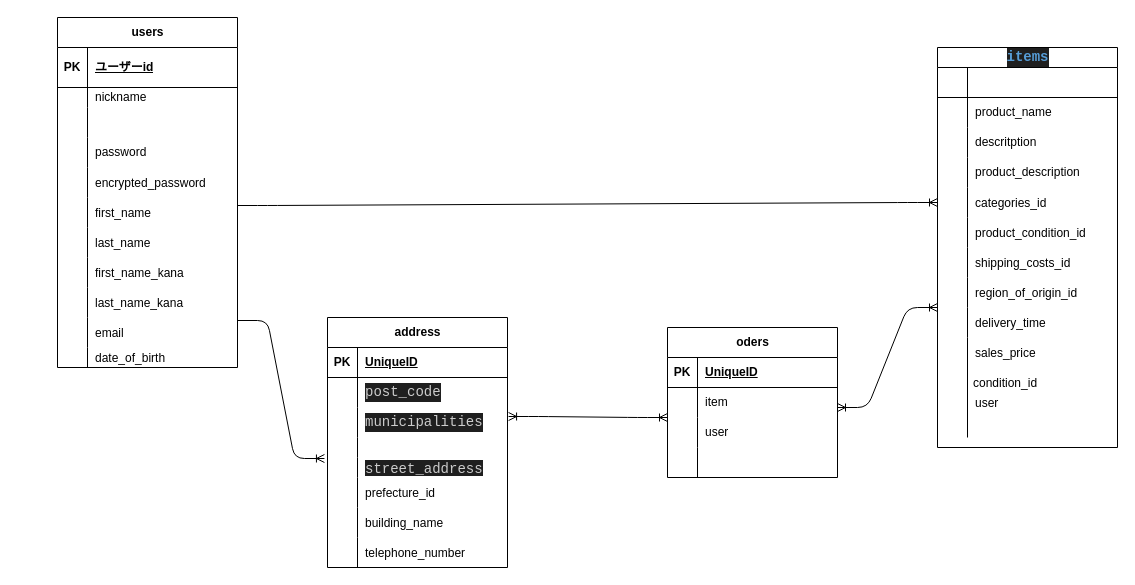
kueitosu401/furima-41964 keeps this draw.io diagram as ERB.dio. Above is the earlier version. Source tidied: cells renumbered, new cells numbered last; positions are measured from the earlier drawing's top-left corner, leaving out a move shared by most shapes. Both pictures are drawn from the tidied source at 100%, with x=0, y=0 at pixel (17, 17).
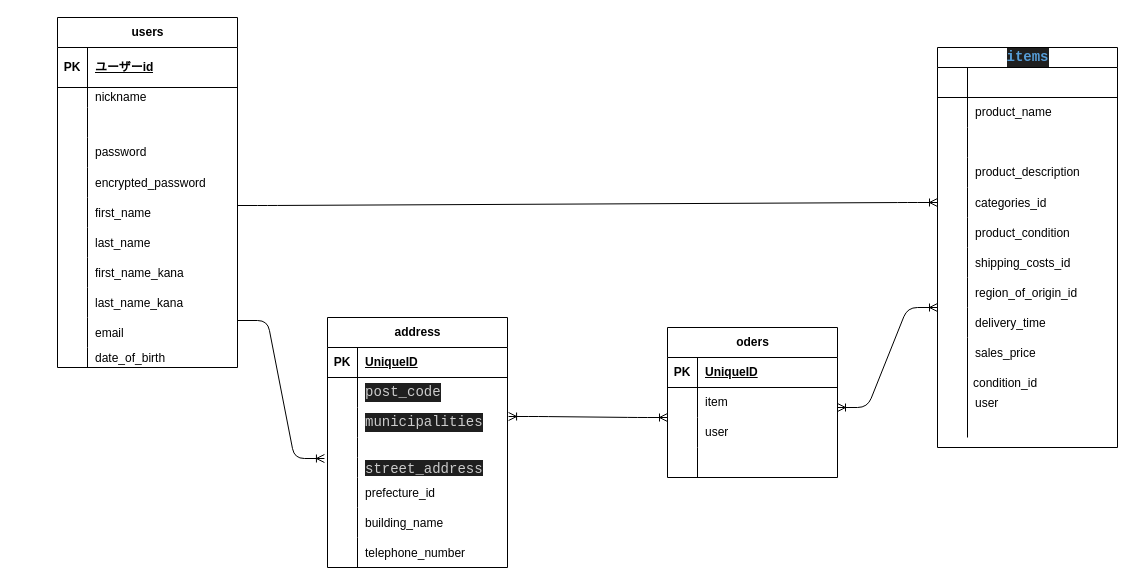
Above is the later version.

Unchanged cells that the change refers to:
```xml
<mxCell id="47" style="shape=tableRow;horizontal=0;startSize=0;swimlaneHead=0;swimlaneBody=0;fillColor=none;top=0;left=0;right=0;bottom=0;" parent="40" vertex="1">
  <mxGeometry y="80" width="180" height="30" as="geometry" />
</mxCell>
<mxCell id="56" style="shape=tableRow;horizontal=0;startSize=0;swimlaneHead=0;swimlaneBody=0;fillColor=none;top=0;left=0;right=0;bottom=0;" parent="40" vertex="1">
  <mxGeometry y="170" width="180" height="30" as="geometry" />
</mxCell>
```

The edit, as a diff of the source:
```diff
@@
-    <mxCell id="49" value="descritption" style="shape=partialRectangle;fillColor=none;top=0;left=0;bottom=0;right=0;align=left;spacingLeft=6;overflow=hidden;whiteSpace=wrap;html=1;" parent="47" vertex="1">
+    <mxCell id="49" style="shape=partialRectangle;fillColor=none;top=0;left=0;bottom=0;right=0;align=left;spacingLeft=6;overflow=hidden;whiteSpace=wrap;html=1;" parent="47" vertex="1">
       <mxGeometry x="30" width="150" height="30" as="geometry" />
     </mxCell>
@@
-    <mxCell id="58" value="product_condition_id" style="shape=partialRectangle;fillColor=none;top=0;left=0;bottom=0;right=0;align=left;spacingLeft=6;overflow=hidden;" parent="56" vertex="1">
+    <mxCell id="58" value="product_condition" style="shape=partialRectangle;fillColor=none;top=0;left=0;bottom=0;right=0;align=left;spacingLeft=6;overflow=hidden;" parent="56" vertex="1">
       <mxGeometry x="30" width="150" height="30" as="geometry" />
     </mxCell>
```
